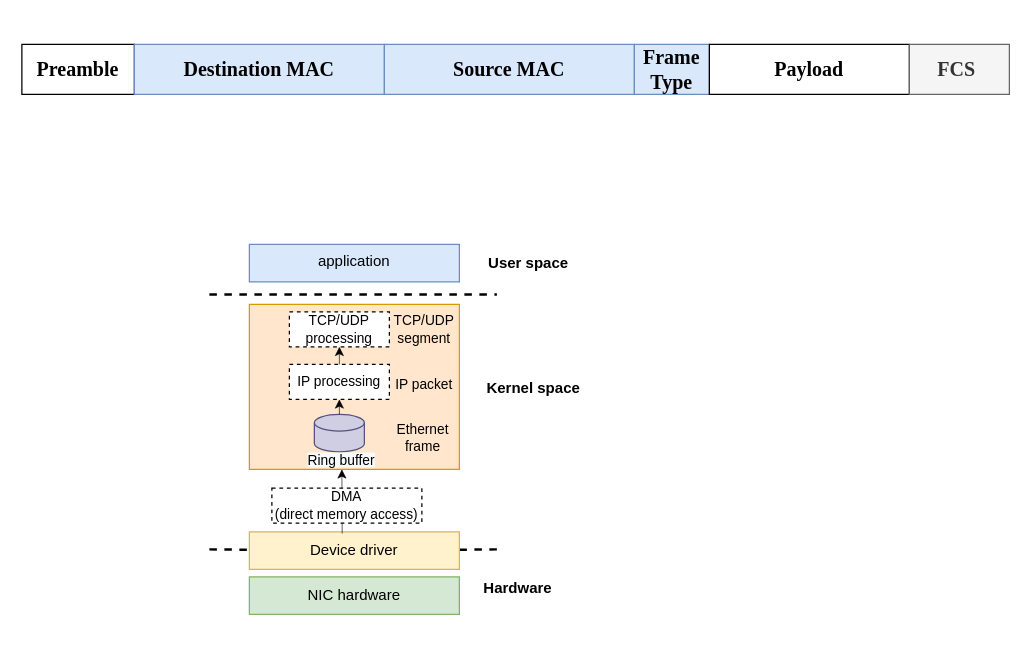
baoqger/drawing.io keeps this draw.io diagram as sniffer.drawio. Above is the earlier version. Source tidied: cells renumbered, new cells numbered last; positions are measured from the earlier drawing's top-left corner, leaving out a move shared by most shapes. Both pictures are drawn from the tidied source at 125%, with x=0, y=0 at pixel (21, 44).
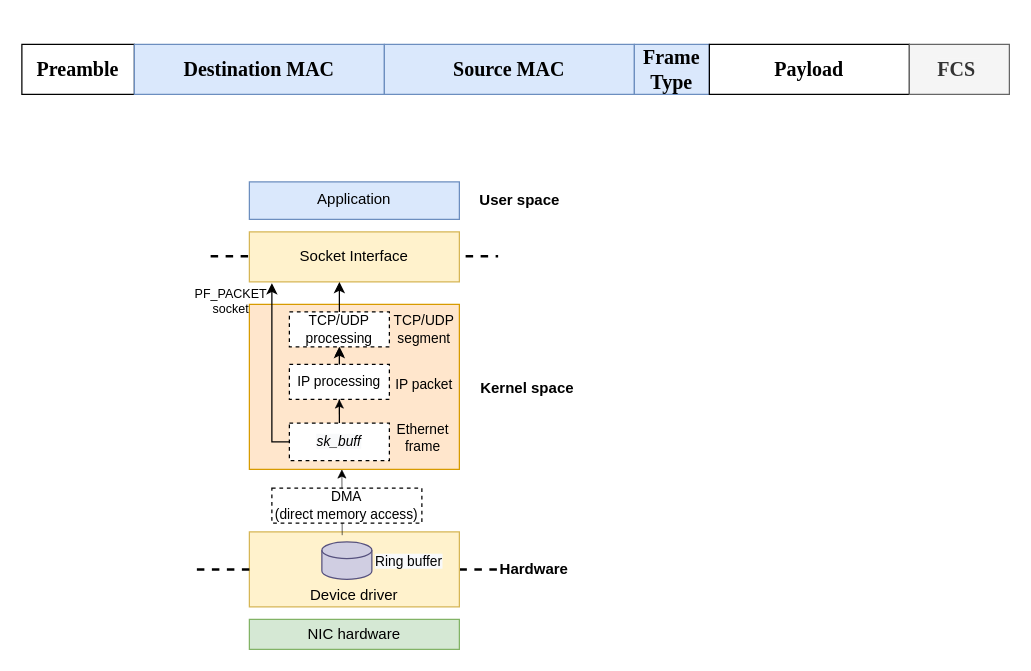
After the change.

The change refers to these unchanged cells:
```xml
<mxCell id="23" value="IP processing" style="rounded=0;whiteSpace=wrap;html=1;verticalAlign=middle;dashed=1;fontSize=11;" parent="1" vertex="1">
  <mxGeometry x="214" y="256" width="80" height="28" as="geometry" />
</mxCell>
<mxCell id="24" value="TCP/UDP processing" style="rounded=0;whiteSpace=wrap;html=1;verticalAlign=middle;dashed=1;fontSize=11;" parent="1" vertex="1">
  <mxGeometry x="214" y="214" width="80" height="28" as="geometry" />
</mxCell>
```

What changed in the source:
```diff
@@
-    <mxCell id="8" style="endArrow=none;dashed=1;html=1;rounded=0;startArrow=none;strokeWidth=2;" parent="1" edge="1" source="13">
+    <mxCell id="8" style="endArrow=none;dashed=1;html=1;rounded=0;startArrow=none;strokeWidth=2;exitX=1;exitY=0.5;exitDx=0;exitDy=0;" parent="1" edge="1" source="13">
       <mxGeometry relative="1" as="geometry">
-        <mxPoint x="380" y="404" as="targetPoint" />
+        <mxPoint x="380" y="420" as="targetPoint" />
       </mxGeometry>
     </mxCell>
     <mxCell id="9" style="endArrow=none;dashed=1;html=1;rounded=0;strokeWidth=2;" parent="1" edge="1">
       <mxGeometry relative="1" as="geometry">
-        <mxPoint x="150" y="200" as="sourcePoint" />
-        <mxPoint x="380" y="200" as="targetPoint" />
+        <mxPoint x="151" y="169.5" as="sourcePoint" />
+        <mxPoint x="381" y="169.5" as="targetPoint" />
       </mxGeometry>
     </mxCell>
     <mxCell id="10" value="NIC hardware" style="rounded=0;whiteSpace=wrap;html=1;fillColor=#d5e8d4;strokeColor=#82b366;" parent="1" vertex="1">
-      <mxGeometry x="182" y="426" width="168" height="30" as="geometry" />
+      <mxGeometry x="182" y="460" width="168" height="24" as="geometry" />
     </mxCell>
@@
-    <mxCell id="12" value="application" style="rounded=0;whiteSpace=wrap;html=1;verticalAlign=top;fillColor=#dae8fc;strokeColor=#6c8ebf;" parent="1" vertex="1">
-      <mxGeometry x="182" y="160" width="168" height="30" as="geometry" />
+    <mxCell id="12" value="Application" style="rounded=0;whiteSpace=wrap;html=1;verticalAlign=top;fillColor=#dae8fc;strokeColor=#6c8ebf;" parent="1" vertex="1">
+      <mxGeometry x="182" y="110" width="168" height="30" as="geometry" />
     </mxCell>
-    <mxCell id="13" value="Device driver" style="rounded=0;whiteSpace=wrap;html=1;verticalAlign=middle;fillColor=#fff2cc;strokeColor=#d6b656;" parent="1" vertex="1">
-      <mxGeometry x="182" y="390" width="168" height="30" as="geometry" />
+    <mxCell id="13" value="Device driver" style="rounded=0;whiteSpace=wrap;html=1;verticalAlign=bottom;fillColor=#fff2cc;strokeColor=#d6b656;" parent="1" vertex="1">
+      <mxGeometry x="182" y="390" width="168" height="60" as="geometry" />
     </mxCell>
-    <mxCell id="14" style="endArrow=none;dashed=1;html=1;rounded=0;strokeWidth=2;" parent="1" edge="1" target="13">
+    <mxCell id="14" style="endArrow=none;dashed=1;html=1;rounded=0;strokeWidth=2;entryX=0;entryY=0.5;entryDx=0;entryDy=0;" parent="1" edge="1" target="13">
       <mxGeometry relative="1" as="geometry">
-        <mxPoint x="150" y="404" as="sourcePoint" />
+        <mxPoint x="140" y="420" as="sourcePoint" />
       </mxGeometry>
     </mxCell>
     <mxCell id="15" value="Hardware" style="text;html=1;strokeColor=none;fillColor=none;align=center;verticalAlign=middle;whiteSpace=wrap;rounded=0;fontStyle=1;" parent="1" vertex="1">
-      <mxGeometry x="367" y="420" width="60" height="30" as="geometry" />
+      <mxGeometry x="379.5" y="405" width="60" height="30" as="geometry" />
     </mxCell>
     <mxCell id="16" value="Kernel space" style="text;html=1;strokeColor=none;fillColor=none;align=center;verticalAlign=middle;whiteSpace=wrap;rounded=0;fontStyle=1;" parent="1" vertex="1">
-      <mxGeometry x="367" y="260" width="85" height="30" as="geometry" />
+      <mxGeometry x="362" y="260" width="85" height="30" as="geometry" />
     </mxCell>
     <mxCell id="17" value="User space" style="text;html=1;strokeColor=none;fillColor=none;align=center;verticalAlign=middle;whiteSpace=wrap;rounded=0;fontStyle=1;" parent="1" vertex="1">
-      <mxGeometry x="363" y="160" width="85" height="30" as="geometry" />
+      <mxGeometry x="356" y="110" width="85" height="30" as="geometry" />
     </mxCell>
@@
-    <mxCell id="21" style="shape=cylinder3;whiteSpace=wrap;html=1;boundedLbl=1;backgroundOutline=1;size=6.66668701171875;labelBackgroundColor=#CCCCFF;fillColor=#d0cee2;strokeColor=#56517e;" parent="1" vertex="1">
-      <mxGeometry x="234" y="296" width="40" height="30" as="geometry" />
-    </mxCell>
+    <mxCell id="29" style="edgeStyle=orthogonalEdgeStyle;rounded=0;jettySize=auto;html=1;" parent="1" edge="1" source="22" target="24">
+      <mxGeometry relative="1" as="geometry" />
+    </mxCell>
-    <mxCell id="22" value="&lt;span style=&quot;color: rgb(0, 0, 0); font-family: helvetica; font-size: 11px; font-style: normal; font-weight: 400; letter-spacing: normal; text-align: center; text-indent: 0px; text-transform: none; word-spacing: 0px; background-color: rgb(248, 249, 250); display: inline; float: none;&quot;&gt;Ring buffer&lt;/span&gt;" style="text;whiteSpace=wrap;html=1;fontSize=11;" parent="1" vertex="1">
-      <mxGeometry x="227" y="320" width="80" height="30" as="geometry" />
+    <mxCell id="22" value="&lt;span style=&quot;color: rgb(0, 0, 0); font-family: helvetica; font-size: 11px; font-weight: 400; letter-spacing: normal; text-indent: 0px; text-transform: none; word-spacing: 0px; background-color: rgb(248, 249, 250); display: inline; float: none;&quot;&gt;sk_buff&lt;/span&gt;" style="text;whiteSpace=wrap;html=1;fontSize=11;align=center;dashed=1;strokeColor=default;fillColor=default;verticalAlign=middle;fontStyle=2;" parent="1" vertex="1">
+      <mxGeometry x="214" y="303" width="80" height="30" as="geometry" />
     </mxCell>
@@
-    <mxCell id="25" style="endArrow=classic;html=1;rounded=0;fontSize=11;strokeWidth=0.5;exitX=0.5;exitY=0;exitDx=0;exitDy=0;exitPerimeter=0;entryX=0.5;entryY=1;entryDx=0;entryDy=0;" parent="1" edge="1" source="21" target="23">
-      <mxGeometry relative="1" as="geometry" />
+    <mxCell id="25" style="endArrow=classic;html=1;rounded=0;fontSize=11;strokeWidth=0.5;exitX=0.5;exitY=0;exitDx=0;exitDy=0;exitPerimeter=0;entryX=0.5;entryY=1;entryDx=0;entryDy=0;" parent="1" edge="1" target="23">
+      <mxGeometry relative="1" as="geometry">
+        <mxPoint x="254" y="296" as="sourcePoint" />
+      </mxGeometry>
     </mxCell>
@@
+    <mxCell id="30" style="shape=cylinder3;whiteSpace=wrap;html=1;boundedLbl=1;backgroundOutline=1;size=6.66668701171875;labelBackgroundColor=#CCCCFF;fillColor=#d0cee2;strokeColor=#56517e;" parent="1" vertex="1">
+      <mxGeometry x="240" y="398" width="40" height="30" as="geometry" />
+    </mxCell>
+    <mxCell id="31" value="&lt;span style=&quot;color: rgb(0, 0, 0); font-family: helvetica; font-size: 11px; font-style: normal; font-weight: 400; letter-spacing: normal; text-align: center; text-indent: 0px; text-transform: none; word-spacing: 0px; background-color: rgb(248, 249, 250); display: inline; float: none;&quot;&gt;Ring buffer&lt;/span&gt;" style="text;whiteSpace=wrap;html=1;fontSize=11;" parent="1" vertex="1">
+      <mxGeometry x="281" y="401" width="80" height="30" as="geometry" />
+    </mxCell>
+    <mxCell id="32" value="Socket Interface" style="rounded=0;whiteSpace=wrap;html=1;verticalAlign=middle;fillColor=#fff2cc;strokeColor=#d6b656;align=center;" parent="1" vertex="1">
+      <mxGeometry x="182" y="150" width="168" height="40" as="geometry" />
+    </mxCell>
+    <mxCell id="33" style="endArrow=classic;html=1;rounded=0;exitX=0.5;exitY=0;exitDx=0;exitDy=0;" parent="1" edge="1" source="24">
+      <mxGeometry relative="1" as="geometry">
+        <mxPoint x="254" y="190" as="targetPoint" />
+      </mxGeometry>
+    </mxCell>
+    <mxCell id="34" style="edgeStyle=segmentEdgeStyle;endArrow=classic;html=1;rounded=0;exitX=0;exitY=0.5;exitDx=0;exitDy=0;" parent="1" edge="1" source="22">
+      <mxGeometry relative="1" as="geometry">
+        <mxPoint x="200" y="191" as="targetPoint" />
+        <Array as="points">
+          <mxPoint x="200" y="318" />
+          <mxPoint x="200" y="191" />
+        </Array>
+      </mxGeometry>
+    </mxCell>
+    <mxCell id="35" value="PF_PACKET socket" style="text;html=1;strokeColor=none;fillColor=none;align=center;verticalAlign=middle;whiteSpace=wrap;rounded=0;fontStyle=0;fontSize=10;" parent="1" vertex="1">
+      <mxGeometry x="125" y="190" width="85" height="30" as="geometry" />
+    </mxCell>
```
